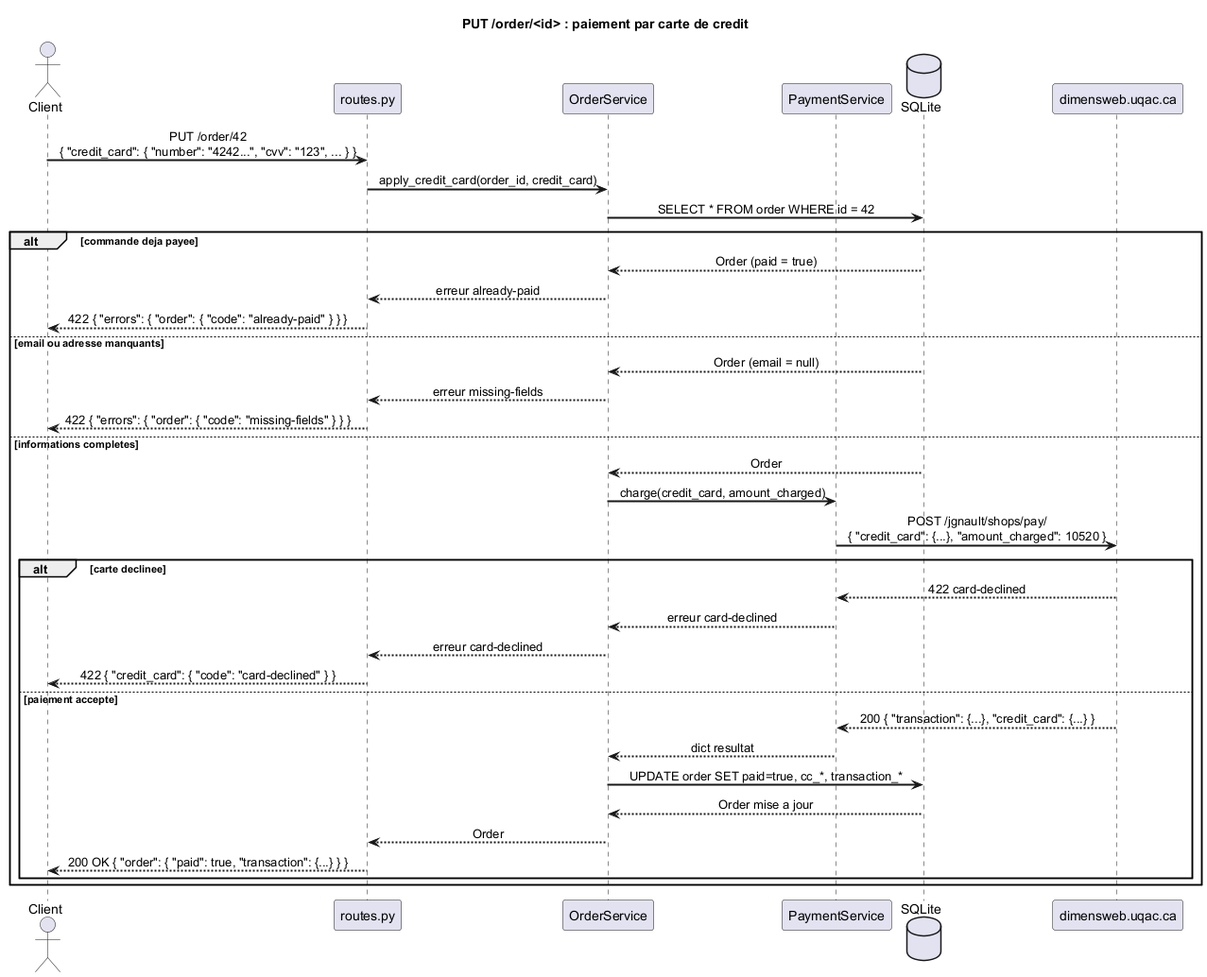
Earlier version of the PlantUML export docs/seq_06_put_payment.png (but-yohan-carvalho/application-web). The source it was exported from:
```plantuml
@startuml seq_06_put_payment

skinparam sequenceMessageAlign center
skinparam responseMessageBelowArrow true
skinparam sequenceArrowThickness 2

title PUT /order/<id> : paiement par carte de credit

actor       Client
participant "routes.py"      as Routes
participant "OrderService"   as OS
participant "PaymentService" as PAY
database    "SQLite"         as DB
participant "dimensweb.uqac.ca" as EXT

Client -> Routes : PUT /order/42\n{ "credit_card": { "number": "4242...", "cvv": "123", ... } }
Routes -> OS     : apply_credit_card(order_id, credit_card)
OS -> DB         : SELECT * FROM order WHERE id = 42

alt commande deja payee
    DB --> OS         : Order (paid = true)
    OS --> Routes     : erreur already-paid
    Routes --> Client : 422 { "errors": { "order": { "code": "already-paid" } } }

else email ou adresse manquants
    DB --> OS         : Order (email = null)
    OS --> Routes     : erreur missing-fields
    Routes --> Client : 422 { "errors": { "order": { "code": "missing-fields" } } }

else informations completes
    DB --> OS         : Order
    OS -> PAY         : charge(credit_card, amount_charged)
    PAY -> EXT        : POST /jgnault/shops/pay/\n{ "credit_card": {...}, "amount_charged": 10520 }

    alt carte declinee
        EXT --> PAY       : 422 card-declined
        PAY --> OS        : erreur card-declined
        OS --> Routes     : erreur card-declined
        Routes --> Client : 422 { "credit_card": { "code": "card-declined" } }

    else paiement accepte
        EXT --> PAY       : 200 { "transaction": {...}, "credit_card": {...} }
        PAY --> OS        : dict resultat
        OS -> DB          : UPDATE order SET paid=true, cc_*, transaction_*
        DB --> OS         : Order mise a jour
        OS --> Routes     : Order
        Routes --> Client : 200 OK { "order": { "paid": true, "transaction": {...} } }
    end
end

@enduml
```
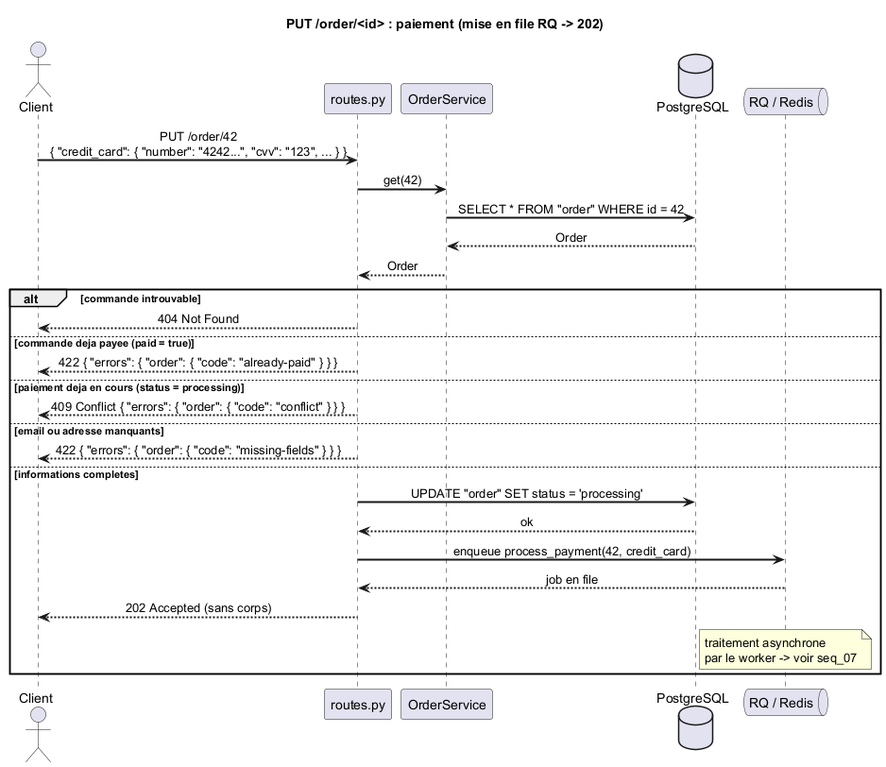
The same file after the commit.

The edit, as a diff of the source:
```diff
@@ -4,48 +4,39 @@
 skinparam responseMessageBelowArrow true
 skinparam sequenceArrowThickness 2
 
-title PUT /order/<id> : paiement par carte de credit
+title PUT /order/<id> : paiement (mise en file RQ -> 202)
 
 actor       Client
-participant "routes.py"      as Routes
-participant "OrderService"   as OS
-participant "PaymentService" as PAY
-database    "SQLite"         as DB
-participant "dimensweb.uqac.ca" as EXT
+participant "routes.py"    as Routes
+participant "OrderService" as OS
+database    "PostgreSQL"   as DB
+queue       "RQ / Redis"   as RQ
 
 Client -> Routes : PUT /order/42\n{ "credit_card": { "number": "4242...", "cvv": "123", ... } }
-Routes -> OS     : apply_credit_card(order_id, credit_card)
-OS -> DB         : SELECT * FROM order WHERE id = 42
+Routes -> OS     : get(42)
+OS -> DB         : SELECT * FROM "order" WHERE id = 42
+DB --> OS        : Order
+OS --> Routes    : Order
 
-alt commande deja payee
-    DB --> OS         : Order (paid = true)
-    OS --> Routes     : erreur already-paid
+alt commande introuvable
+    Routes --> Client : 404 Not Found
+
+else commande deja payee (paid = true)
     Routes --> Client : 422 { "errors": { "order": { "code": "already-paid" } } }
 
+else paiement deja en cours (status = processing)
+    Routes --> Client : 409 Conflict { "errors": { "order": { "code": "conflict" } } }
+
 else email ou adresse manquants
-    DB --> OS         : Order (email = null)
-    OS --> Routes     : erreur missing-fields
     Routes --> Client : 422 { "errors": { "order": { "code": "missing-fields" } } }
 
 else informations completes
-    DB --> OS         : Order
-    OS -> PAY         : charge(credit_card, amount_charged)
-    PAY -> EXT        : POST /jgnault/shops/pay/\n{ "credit_card": {...}, "amount_charged": 10520 }
-
-    alt carte declinee
-        EXT --> PAY       : 422 card-declined
-        PAY --> OS        : erreur card-declined
-        OS --> Routes     : erreur card-declined
-        Routes --> Client : 422 { "credit_card": { "code": "card-declined" } }
-
-    else paiement accepte
-        EXT --> PAY       : 200 { "transaction": {...}, "credit_card": {...} }
-        PAY --> OS        : dict resultat
-        OS -> DB          : UPDATE order SET paid=true, cc_*, transaction_*
-        DB --> OS         : Order mise a jour
-        OS --> Routes     : Order
-        Routes --> Client : 200 OK { "order": { "paid": true, "transaction": {...} } }
-    end
+    Routes -> DB     : UPDATE "order" SET status = 'processing'
+    DB --> Routes    : ok
+    Routes -> RQ     : enqueue process_payment(42, credit_card)
+    RQ --> Routes    : job en file
+    Routes --> Client : 202 Accepted (sans corps)
+    note over RQ : traitement asynchrone\npar le worker -> voir seq_07
 end
 
 @enduml
```
